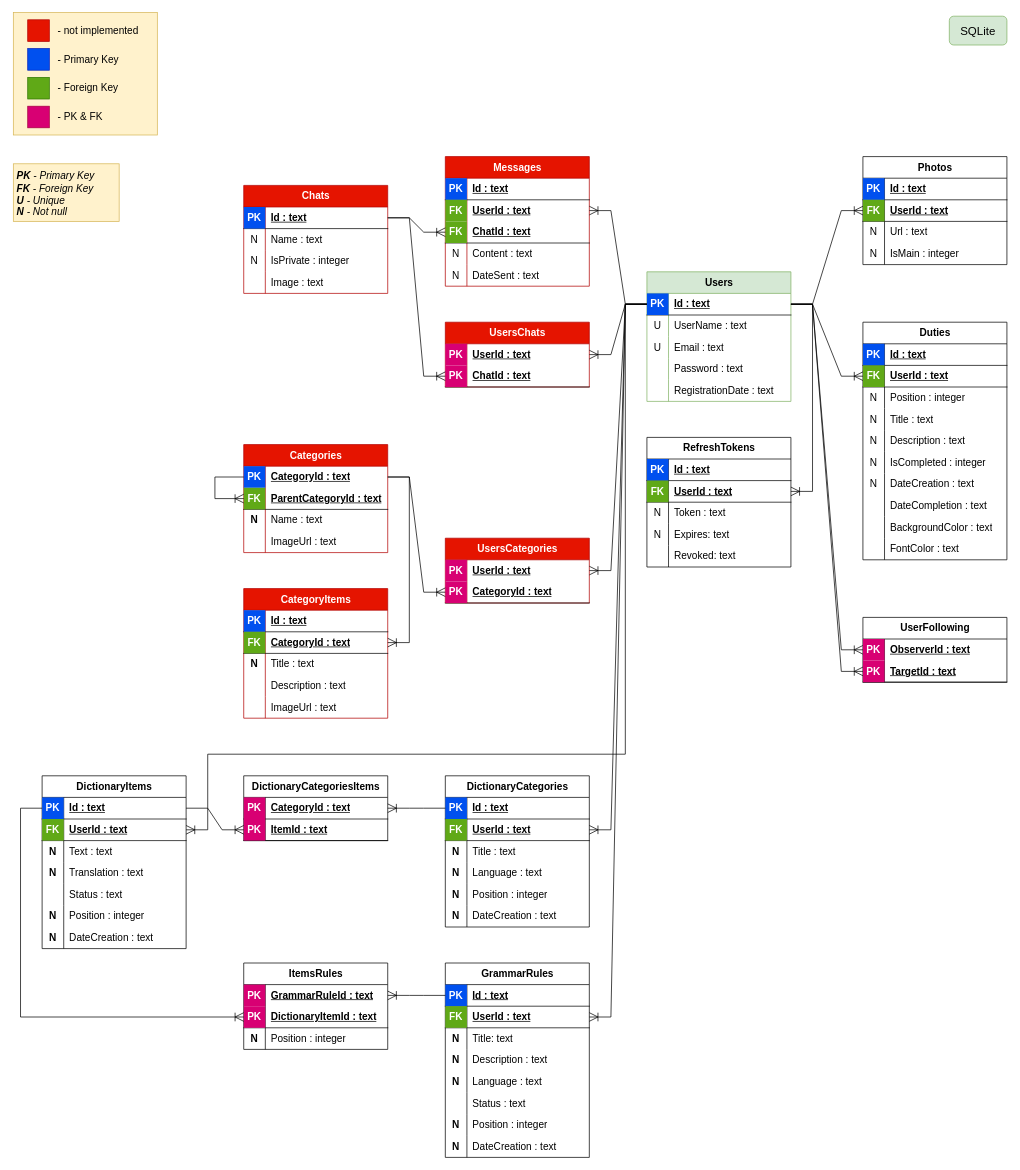
OleksandrTsvik/MyMultiProject keeps this draw.io diagram as db-schema/db-scheme-sqlite.drawio. Above is the earlier version. Source tidied: cells renumbered, new cells numbered last; positions are measured from the earlier drawing's top-left corner, leaving out a move shared by most shapes. Both pictures are drawn from the tidied source at 72%, with x=0, y=0 at pixel (13, 12).
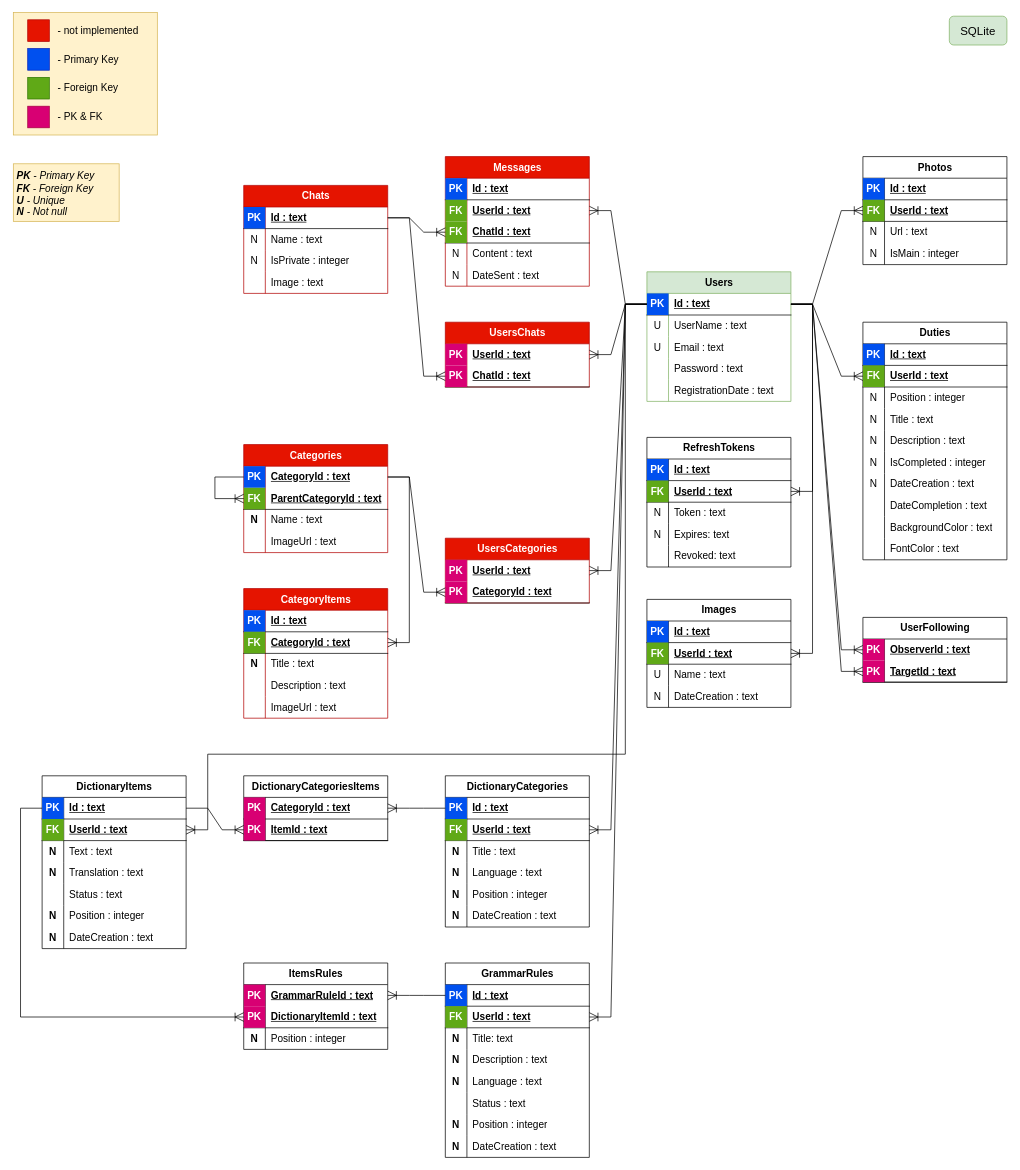
Above is the later version.

Unchanged cells that the change refers to:
```xml
<mxCell id="4" style="shape=tableRow;horizontal=0;startSize=0;swimlaneHead=0;swimlaneBody=0;fillColor=none;points=[[0,0.5],[1,0.5]];portConstraint=eastwest;top=0;left=0;right=0;bottom=1;fontSize=14;" parent="3" vertex="1">
  <mxGeometry y="30" width="200" height="30" as="geometry" />
</mxCell>
```

The edit, as a diff of the source:
```diff
@@
+    <mxCell id="271" value="Images" style="shape=table;startSize=30;childLayout=tableLayout;rowLines=0;fontStyle=1;align=center;html=1;fontSize=14;" parent="1" vertex="1">
+      <mxGeometry x="880" y="815" width="200" height="150" as="geometry" />
+    </mxCell>
+    <mxCell id="272" style="shape=tableRow;horizontal=0;startSize=0;swimlaneHead=0;swimlaneBody=0;fillColor=none;top=0;left=0;right=0;bottom=1;fontSize=14;swimlaneLine=1;labelBorderColor=none;" parent="271" vertex="1">
+      <mxGeometry y="30" width="200" height="30" as="geometry" />
+    </mxCell>
+    <mxCell id="273" value="PK" style="shape=partialRectangle;fillColor=#0050ef;top=0;left=0;bottom=0;right=0;fontStyle=1;overflow=hidden;whiteSpace=wrap;html=1;fontSize=14;fontColor=#ffffff;strokeColor=#001DBC;" parent="272" vertex="1">
+      <mxGeometry width="30" height="30" as="geometry" />
+    </mxCell>
+    <mxCell id="274" value="Id : text" style="shape=partialRectangle;fillColor=none;top=0;left=0;bottom=0;right=0;align=left;spacingLeft=6;fontStyle=5;overflow=hidden;whiteSpace=wrap;html=1;fontSize=14;" parent="272" vertex="1">
+      <mxGeometry x="30" width="170" height="30" as="geometry" />
+    </mxCell>
+    <mxCell id="275" style="shape=tableRow;horizontal=0;startSize=0;swimlaneHead=0;swimlaneBody=0;fillColor=none;points=[[0,0.5],[1,0.5]];portConstraint=eastwest;top=0;left=0;right=0;bottom=1;fontSize=14;strokeColor=default;" parent="271" vertex="1">
+      <mxGeometry y="60" width="200" height="30" as="geometry" />
+    </mxCell>
+    <mxCell id="276" value="FK" style="shape=partialRectangle;fillColor=#60a917;top=0;left=0;bottom=0;right=0;fontStyle=1;overflow=hidden;whiteSpace=wrap;html=1;fontSize=14;fontColor=#ffffff;strokeColor=#2D7600;" parent="275" vertex="1">
+      <mxGeometry width="30" height="30" as="geometry" />
+    </mxCell>
+    <mxCell id="277" value="UserId : text" style="shape=partialRectangle;fillColor=none;top=0;left=0;bottom=0;right=0;align=left;spacingLeft=6;fontStyle=5;overflow=hidden;whiteSpace=wrap;html=1;fontSize=14;" parent="275" vertex="1">
+      <mxGeometry x="30" width="170" height="30" as="geometry" />
+    </mxCell>
+    <mxCell id="278" style="shape=tableRow;horizontal=0;startSize=0;swimlaneHead=0;swimlaneBody=0;fillColor=none;top=0;left=0;right=0;bottom=0;fontSize=14;" parent="271" vertex="1">
+      <mxGeometry y="90" width="200" height="30" as="geometry" />
+    </mxCell>
+    <mxCell id="279" value="U" style="shape=partialRectangle;fillColor=none;top=0;left=0;bottom=0;right=0;overflow=hidden;whiteSpace=wrap;html=1;fontSize=14;" parent="278" vertex="1">
+      <mxGeometry width="30" height="30" as="geometry" />
+    </mxCell>
+    <mxCell id="280" value="Name : text" style="shape=partialRectangle;fillColor=none;top=0;left=0;bottom=0;right=0;align=left;spacingLeft=6;overflow=hidden;whiteSpace=wrap;html=1;fontSize=14;" parent="278" vertex="1">
+      <mxGeometry x="30" width="170" height="30" as="geometry" />
+    </mxCell>
+    <mxCell id="281" style="shape=tableRow;horizontal=0;startSize=0;swimlaneHead=0;swimlaneBody=0;fillColor=none;top=0;left=0;right=0;bottom=0;fontSize=14;" parent="271" vertex="1">
+      <mxGeometry y="120" width="200" height="30" as="geometry" />
+    </mxCell>
+    <mxCell id="282" value="N" style="shape=partialRectangle;fillColor=none;top=0;left=0;bottom=0;right=0;overflow=hidden;whiteSpace=wrap;html=1;fontSize=14;" parent="281" vertex="1">
+      <mxGeometry width="30" height="30" as="geometry" />
+    </mxCell>
+    <mxCell id="283" value="DateCreation : text" style="shape=partialRectangle;fillColor=none;top=0;left=0;bottom=0;right=0;align=left;spacingLeft=6;overflow=hidden;whiteSpace=wrap;html=1;fontSize=14;" parent="281" vertex="1">
+      <mxGeometry x="30" width="170" height="30" as="geometry" />
+    </mxCell>
+    <mxCell id="284" style="edgeStyle=entityRelationEdgeStyle;fontSize=12;html=1;endArrow=ERoneToMany;rounded=0;entryX=1;entryY=0.5;entryDx=0;entryDy=0;endSize=10;startSize=10;exitX=1;exitY=0.5;exitDx=0;exitDy=0;" parent="1" edge="1" source="4" target="275">
+      <mxGeometry relative="1" as="geometry" />
+    </mxCell>
```
